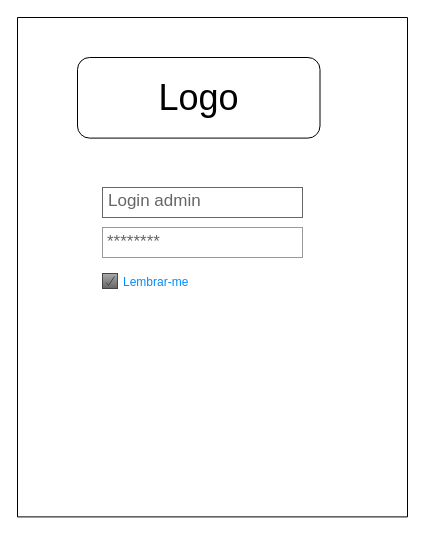
This is page "9.1 Admin Login" (21 of 21) of wireframe.drawio from pdaambrosio/dh_group_5, a draw.io file, before an edit. Source tidied: cells renumbered, new cells numbered last; positions are measured from the earlier drawing's top-left corner, leaving out a move shared by most shapes. Both pictures are drawn from the tidied source at 100%, with x=0, y=0 at pixel (17, 17).
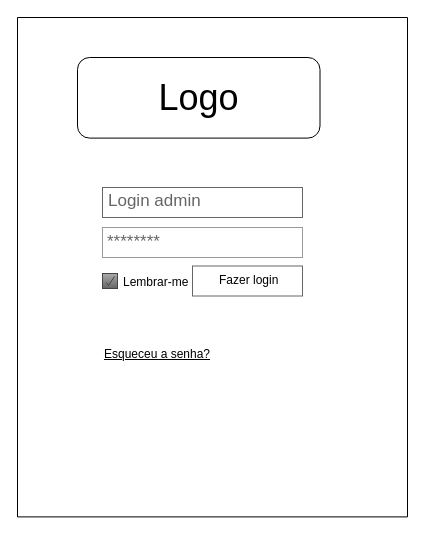
After the change.

What changed in the source:
```diff
@@
 <mxGraphModel>
   <root>
     <mxCell id="0" />
     <mxCell id="1" parent="0" />
     <mxCell id="2" style="verticalLabelPosition=bottom;verticalAlign=top;html=1;shape=mxgraph.basic.rect;fillColor2=none;strokeWidth=1;size=20;indent=5;labelBackgroundColor=#FFFFFF;fontSize=19;align=left;" parent="1" vertex="1">
       <mxGeometry width="390" height="499.4" as="geometry" />
     </mxCell>
     <mxCell id="3" value="********" style="strokeWidth=1;shadow=0;dashed=0;align=center;html=1;shape=mxgraph.mockup.forms.pwField;strokeColor=#999999;mainText=;align=left;fontColor=#666666;fontSize=17;spacingLeft=3;" parent="1" vertex="1">
       <mxGeometry x="85" y="210" width="200" height="30" as="geometry" />
     </mxCell>
     <mxCell id="4" value="Login admin" style="strokeWidth=1;shadow=0;dashed=0;align=center;html=1;shape=mxgraph.mockup.text.textBox;fontColor=#666666;align=left;fontSize=17;spacingLeft=4;spacingTop=-3;strokeColor=#666666;mainText=;" parent="1" vertex="1">
       <mxGeometry x="85" y="170" width="200" height="30" as="geometry" />
     </mxCell>
     <mxCell id="5" value="&lt;font style=&quot;font-size: 36px&quot;&gt;Logo&lt;/font&gt;" style="rounded=1;whiteSpace=wrap;html=1;" parent="1" vertex="1">
       <mxGeometry x="60" y="40" width="242.5" height="80.6" as="geometry" />
     </mxCell>
-    <mxCell id="6" value="&lt;font style=&quot;font-size: 12px&quot;&gt;Lembrar-me&lt;/font&gt;" style="strokeWidth=1;shadow=0;dashed=0;align=center;html=1;shape=mxgraph.mockup.forms.checkbox;rSize=0;fillColor=#aaaaaa;strokeColor=#444444;gradientColor=#666666;align=left;spacingLeft=4;fontSize=17;fontColor=#008cff;labelPosition=right;" parent="1" vertex="1">
+    <mxCell id="6" value="&lt;font style=&quot;font-size: 12px&quot;&gt;Lembrar-me&lt;/font&gt;" style="strokeWidth=1;shadow=0;dashed=0;align=center;html=1;shape=mxgraph.mockup.forms.checkbox;rSize=0;fillColor=#aaaaaa;strokeColor=#444444;gradientColor=#666666;align=left;spacingLeft=4;fontSize=17;labelPosition=right;" parent="1" vertex="1">
       <mxGeometry x="85" y="256" width="15" height="15" as="geometry" />
     </mxCell>
+    <mxCell id="7" value="&lt;font style=&quot;font-size: 12px&quot;&gt;Fazer login&lt;/font&gt;" style="strokeWidth=1;shadow=0;dashed=0;align=center;html=1;shape=mxgraph.mockup.text.textBox;align=left;fontSize=17;spacingLeft=25;spacingTop=-3;strokeColor=#666666;mainText=;" parent="1" vertex="1">
+      <mxGeometry x="175" y="248.5" width="110" height="30" as="geometry" />
+    </mxCell>
+    <mxCell id="8" value="&lt;font style=&quot;font-size: 12px&quot;&gt;&lt;u&gt;Esqueceu a senha?&lt;/u&gt;&lt;/font&gt;" style="text;html=1;strokeColor=none;fillColor=none;align=center;verticalAlign=middle;whiteSpace=wrap;rounded=0;labelBackgroundColor=#FFFFFF;fontSize=15;fontColor=#000000;" parent="1" vertex="1">
+      <mxGeometry x="60" y="310" width="160" height="50" as="geometry" />
+    </mxCell>
   </root>
 </mxGraphModel>
```
